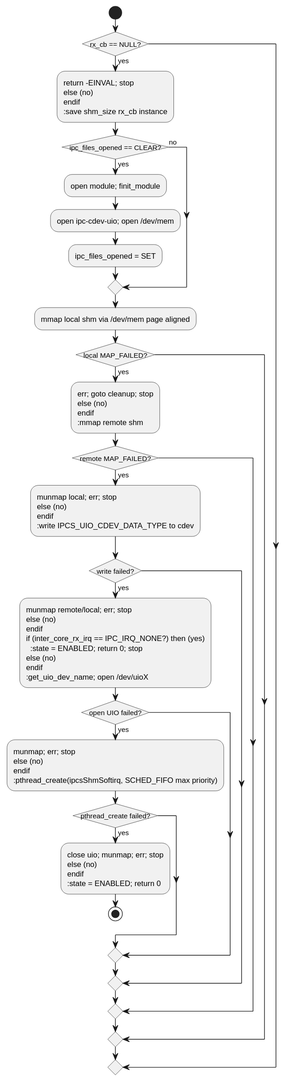
The PlantUML diagram c1_sdd_linux-ipcs/cursor_tmp/flow_svgs/linux_6_4_5_ipcsOsInit.svg in Mastang1/sad_sdd_proj, before a commit.
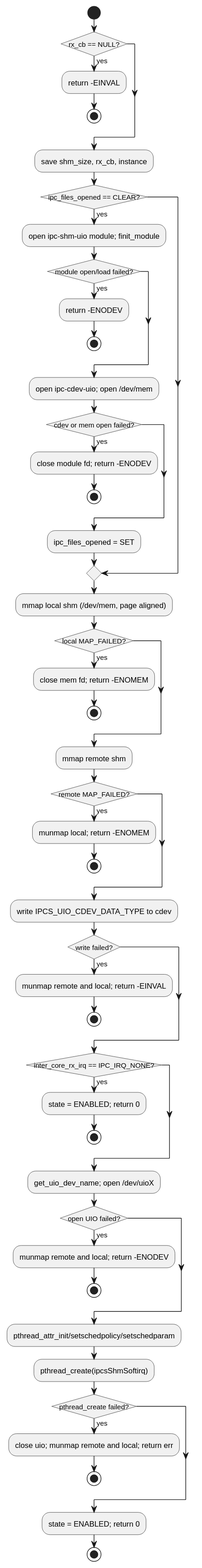
Later version of the same file.

What changed in the source:
```diff
@@ -4,44 +4,52 @@
 skinparam linetype ortho
 start
 if (rx_cb == NULL?) then (yes)
-  :return -EINVAL; stop
-else (no)
+  :return -EINVAL;
+  stop
 endif
-:save shm_size rx_cb instance;
+:save shm_size, rx_cb, instance;
 if (ipc_files_opened == CLEAR?) then (yes)
-  :open module; finit_module;
+  :open ipc-shm-uio module; finit_module;
+  if (module open/load failed?) then (yes)
+    :return -ENODEV;
+    stop
+  endif
   :open ipc-cdev-uio; open /dev/mem;
+  if (cdev or mem open failed?) then (yes)
+    :close module fd; return -ENODEV;
+    stop
+  endif
   :ipc_files_opened = SET;
-else (no)
 endif
-:mmap local shm via /dev/mem page aligned;
+:mmap local shm (/dev/mem, page aligned);
 if (local MAP_FAILED?) then (yes)
-  :err; goto cleanup; stop
-else (no)
+  :close mem fd; return -ENOMEM;
+  stop
 endif
 :mmap remote shm;
 if (remote MAP_FAILED?) then (yes)
-  :munmap local; err; stop
-else (no)
+  :munmap local; return -ENOMEM;
+  stop
 endif
 :write IPCS_UIO_CDEV_DATA_TYPE to cdev;
 if (write failed?) then (yes)
-  :munmap remote/local; err; stop
-else (no)
+  :munmap remote and local; return -EINVAL;
+  stop
 endif
 if (inter_core_rx_irq == IPC_IRQ_NONE?) then (yes)
-  :state = ENABLED; return 0; stop
-else (no)
+  :state = ENABLED; return 0;
+  stop
 endif
 :get_uio_dev_name; open /dev/uioX;
 if (open UIO failed?) then (yes)
-  :munmap; err; stop
-else (no)
+  :munmap remote and local; return -ENODEV;
+  stop
 endif
-:pthread_create(ipcsShmSoftirq, SCHED_FIFO max priority);
+:pthread_attr_init/setschedpolicy/setschedparam;
+:pthread_create(ipcsShmSoftirq);
 if (pthread_create failed?) then (yes)
-  :close uio; munmap; err; stop
-else (no)
+  :close uio; munmap remote and local; return err;
+  stop
 endif
 :state = ENABLED; return 0;
 stop
```
